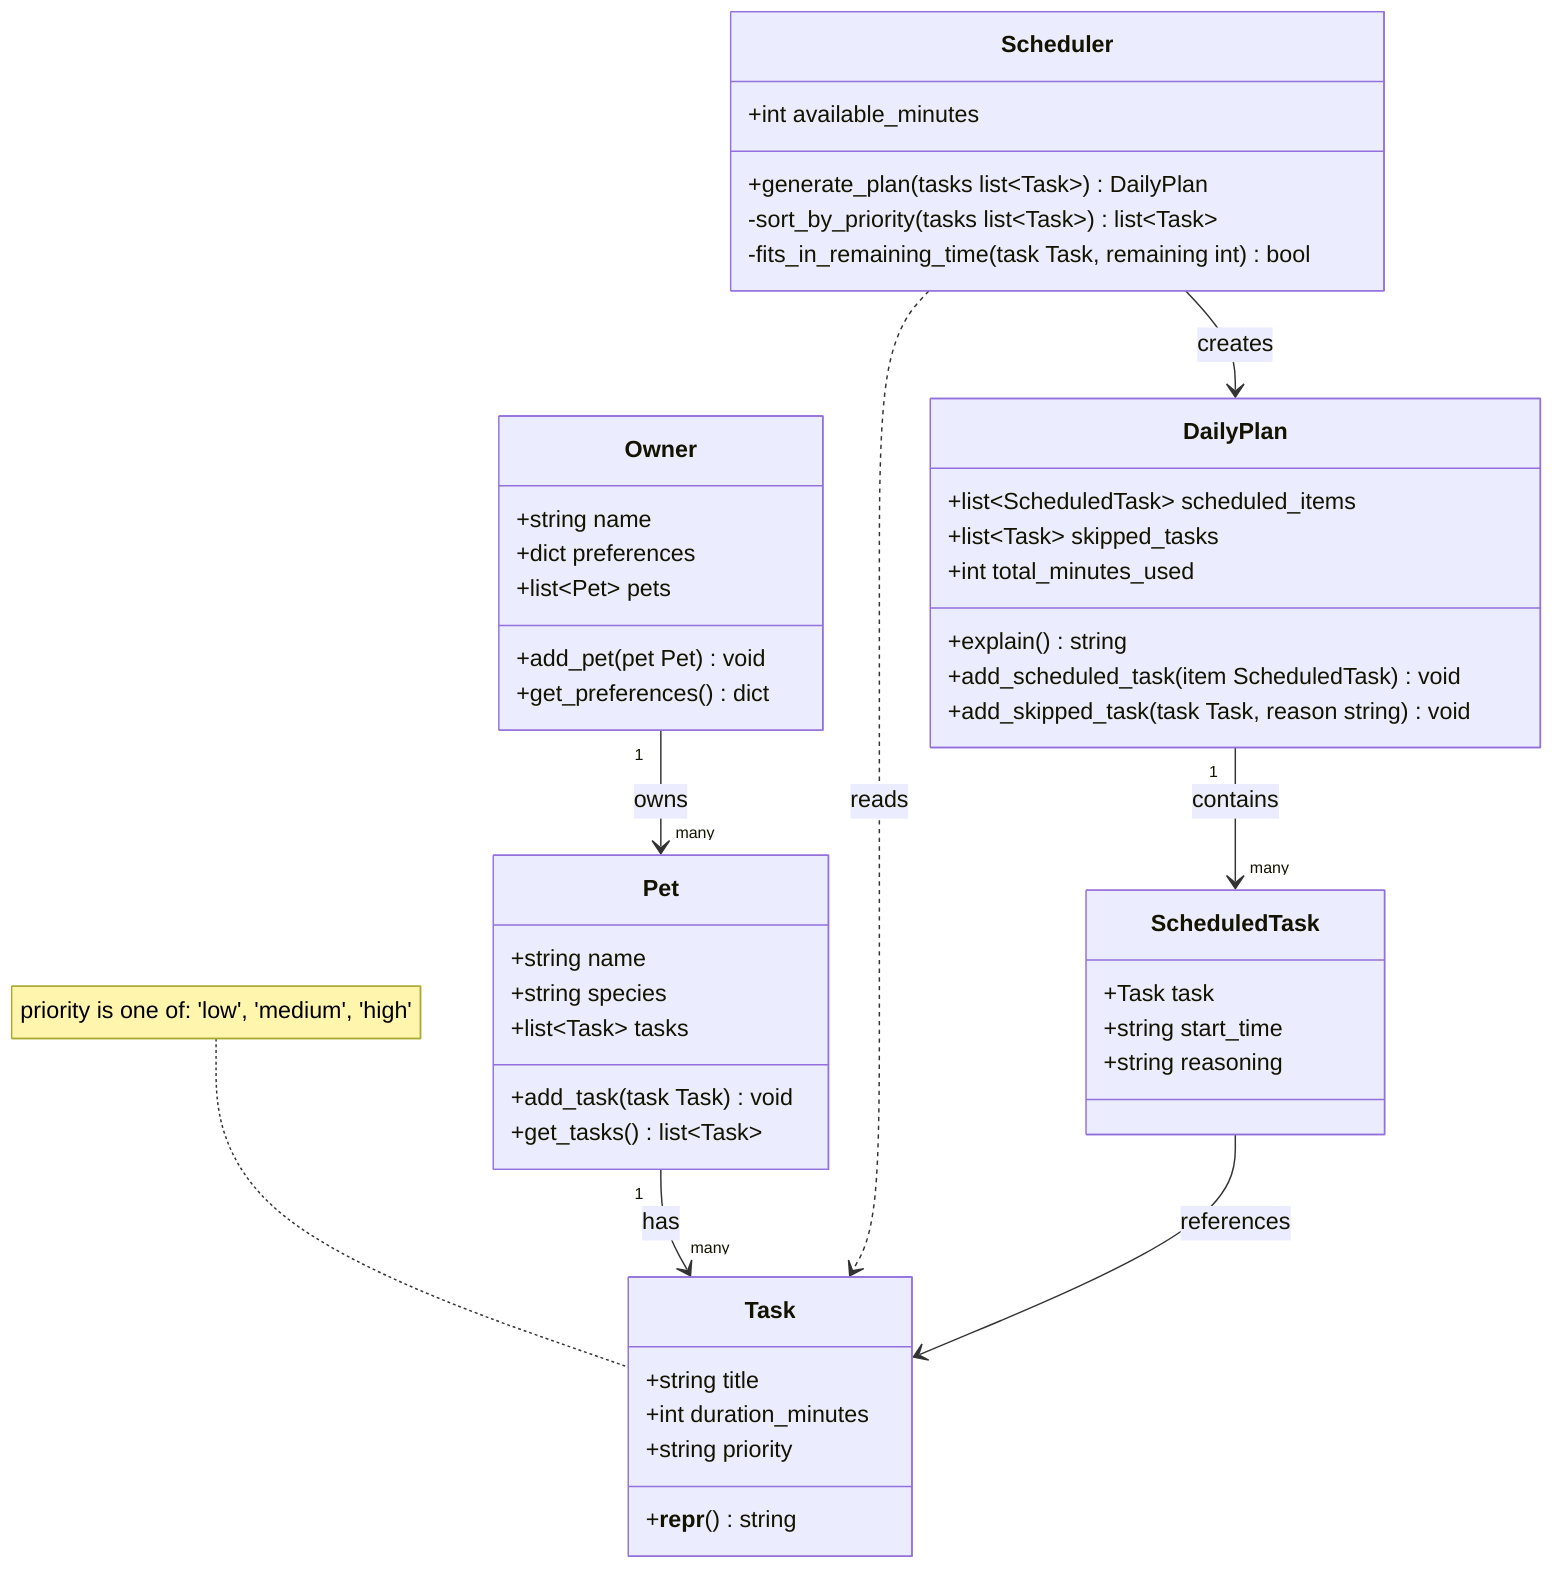
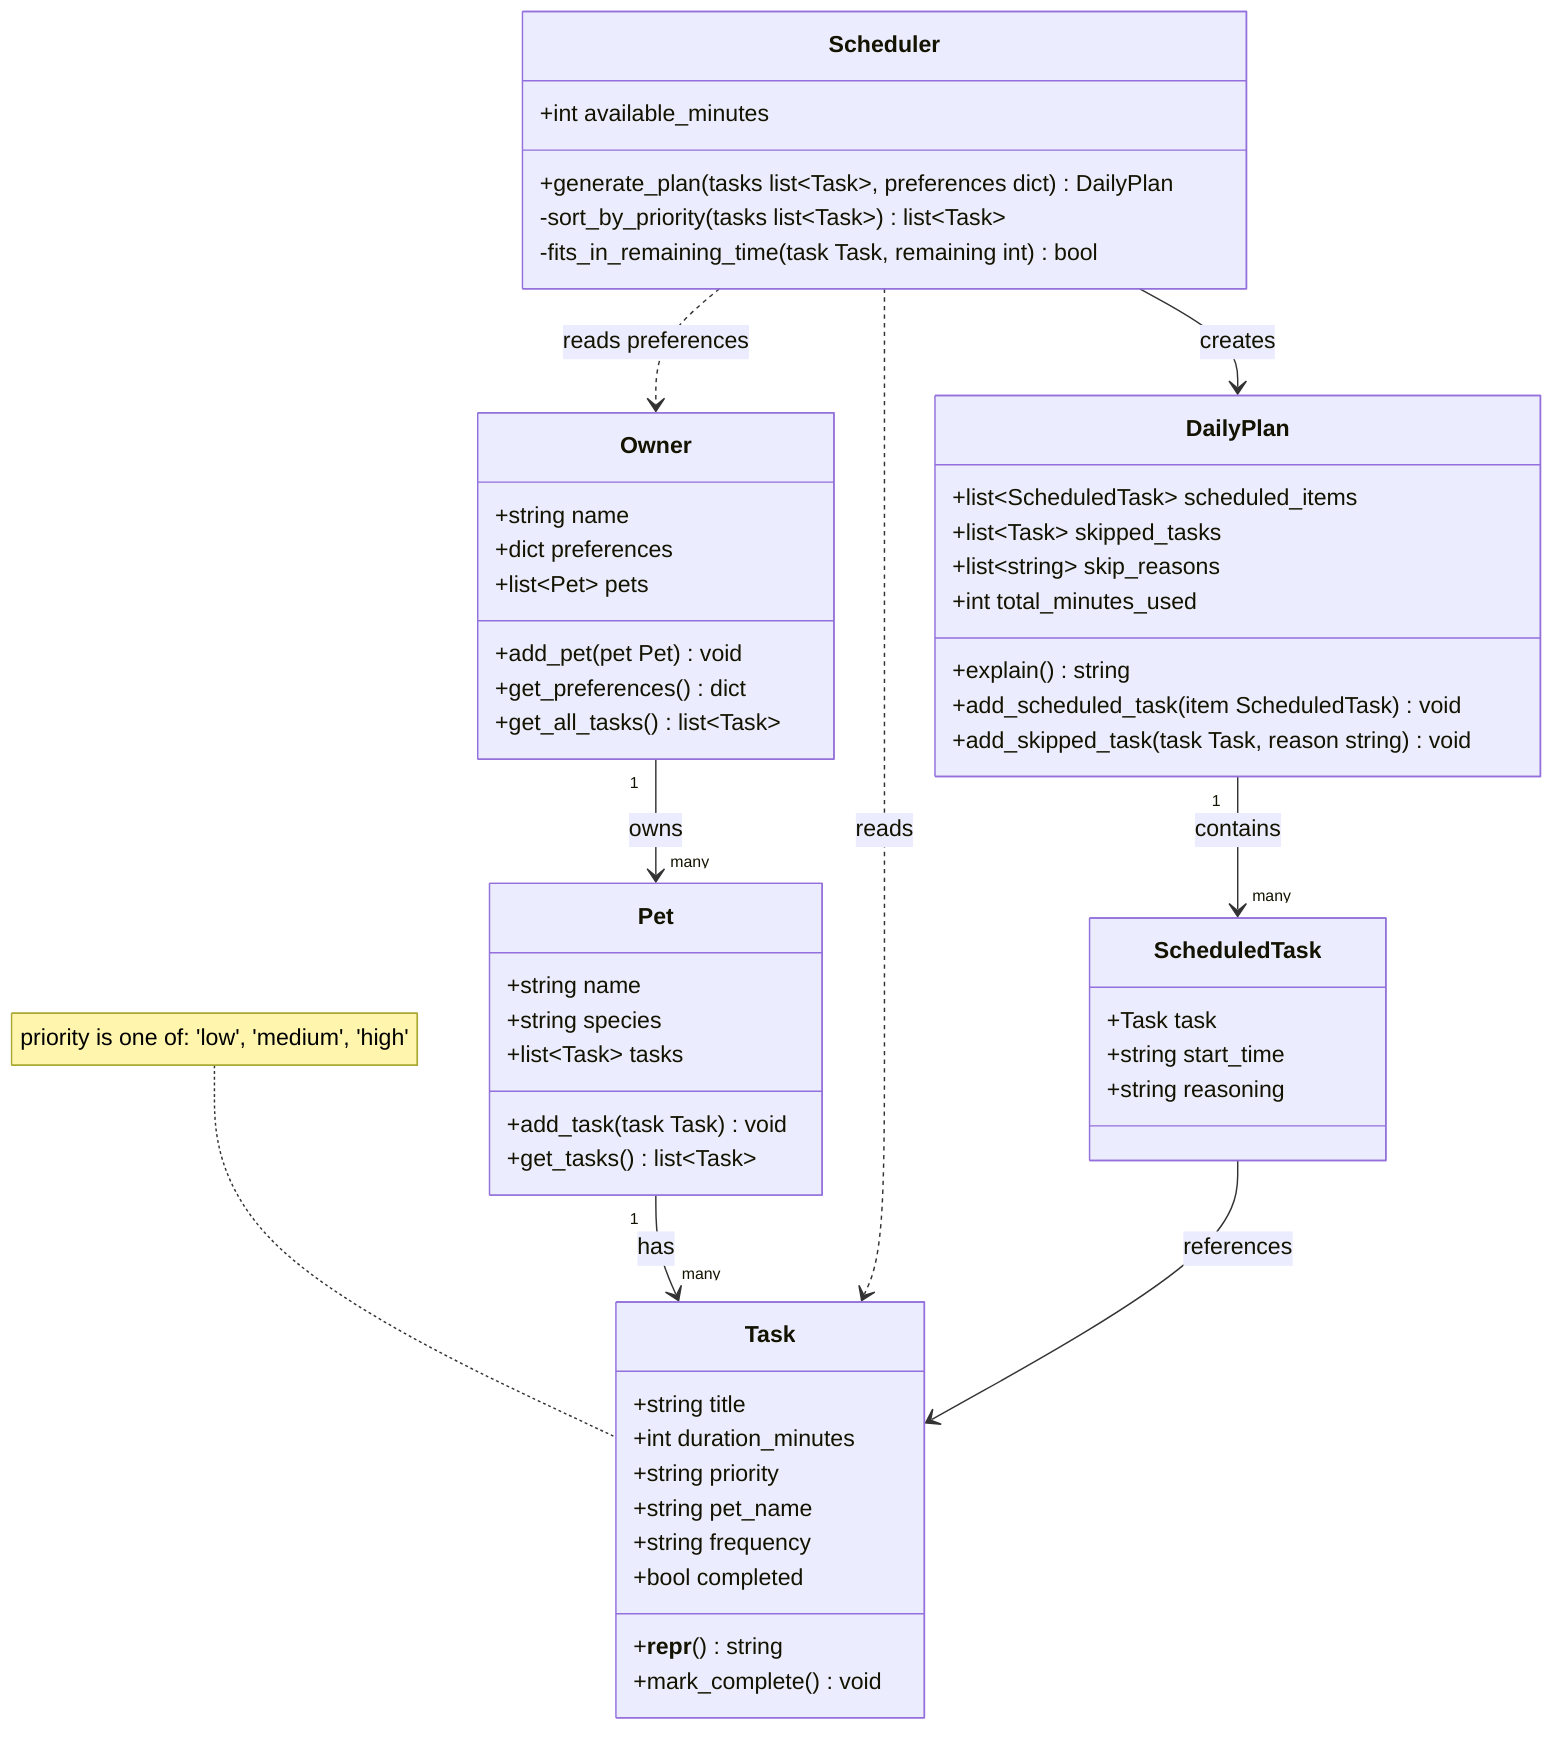
classDiagram
    %% PawPal+ UML — supports the three core user actions:
    %% 1) Add a pet and owner profile
    %% 2) Add a pet care task
    %% 3) Generate and view today's plan

    class Owner {
        +string name
        +dict preferences
        +list~Pet~ pets
        +add_pet(pet Pet) void
        +get_preferences() dict
+         +get_all_tasks() list~Task~
    }

    class Pet {
        +string name
        +string species
        +list~Task~ tasks
        +add_task(task Task) void
        +get_tasks() list~Task~
    }

    class Task {
        +string title
        +int duration_minutes
        +string priority
+         +string pet_name
+         +string frequency
+         +bool completed
        +__repr__() string
+         +mark_complete() void
    }
    note for Task "priority is one of: 'low', 'medium', 'high'"

    class Scheduler {
        +int available_minutes
-         +generate_plan(tasks list~Task~) DailyPlan
+         +generate_plan(tasks list~Task~, preferences dict) DailyPlan
        -sort_by_priority(tasks list~Task~) list~Task~
        -fits_in_remaining_time(task Task, remaining int) bool
    }

    class DailyPlan {
        +list~ScheduledTask~ scheduled_items
        +list~Task~ skipped_tasks
+         +list~string~ skip_reasons
        +int total_minutes_used
        +explain() string
        +add_scheduled_task(item ScheduledTask) void
        +add_skipped_task(task Task, reason string) void
    }

    class ScheduledTask {
        +Task task
        +string start_time
        +string reasoning
    }

    Owner "1" --> "many" Pet : owns
    Pet "1" --> "many" Task : has
    Scheduler ..> Task : reads
+     Scheduler ..> Owner : reads preferences
    Scheduler --> DailyPlan : creates
    DailyPlan "1" --> "many" ScheduledTask : contains
    ScheduledTask --> Task : references
